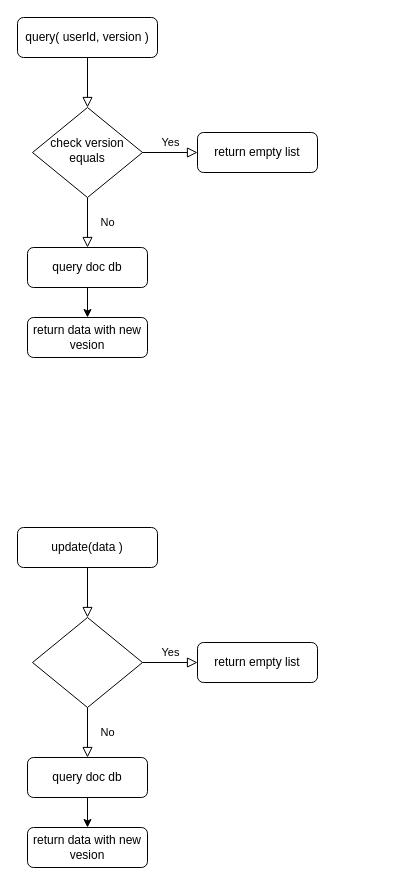
Earlier version of the draw.io diagram 未命名绘图.drawio (Hia-Hia/A-note). Source tidied: cells renumbered, new cells numbered last; positions are measured from the earlier drawing's top-left corner, leaving out a move shared by most shapes. Both pictures are drawn from the tidied source at 100%, with x=0, y=0 at pixel (17, 17).
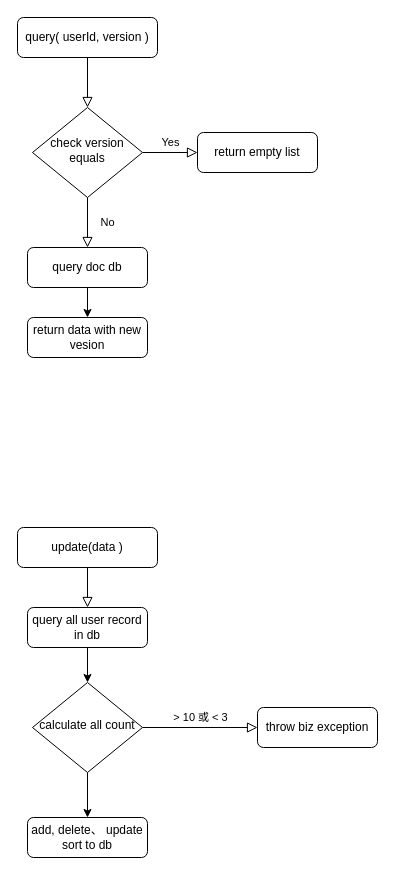
Above is the later version.

Commit message (it also covers changes not shown here):
更新未命名绘图.drawio

Change to the diagram source:
```diff
@@
 <mxGraphModel>
   <root>
     <mxCell id="0" />
     <mxCell id="1" parent="0" />
     <mxCell id="2" style="rounded=0;html=1;jettySize=auto;fontSize=11;endArrow=block;endFill=0;endSize=8;strokeWidth=1;shadow=0;labelBackgroundColor=none;edgeStyle=orthogonalEdgeStyle;" parent="1" edge="1" source="3" target="6">
       <mxGeometry relative="1" as="geometry" />
     </mxCell>
     <mxCell id="3" value="query( userId, version )" style="rounded=1;whiteSpace=wrap;html=1;fontSize=12;glass=0;strokeWidth=1;shadow=0;" parent="1" vertex="1">
       <mxGeometry width="140" height="40" as="geometry" />
     </mxCell>
     <mxCell id="4" value="No" style="rounded=0;html=1;jettySize=auto;fontSize=11;endArrow=block;endFill=0;endSize=8;strokeWidth=1;shadow=0;labelBackgroundColor=none;edgeStyle=orthogonalEdgeStyle;entryX=0.5;entryY=0;entryDx=0;entryDy=0;" parent="1" edge="1" source="6" target="9">
       <mxGeometry y="20" relative="1" as="geometry" />
     </mxCell>
     <mxCell id="5" value="Yes" style="edgeStyle=orthogonalEdgeStyle;rounded=0;html=1;jettySize=auto;fontSize=11;endArrow=block;endFill=0;endSize=8;strokeWidth=1;shadow=0;labelBackgroundColor=none;" parent="1" edge="1" source="6" target="7">
       <mxGeometry y="10" relative="1" as="geometry" />
     </mxCell>
     <mxCell id="6" value="check version equals" style="rhombus;whiteSpace=wrap;html=1;shadow=0;fontFamily=Helvetica;fontSize=12;align=center;strokeWidth=1;spacing=6;spacingTop=-4;" parent="1" vertex="1">
       <mxGeometry x="15" y="90" width="110" height="90" as="geometry" />
     </mxCell>
     <mxCell id="7" value="return empty list" style="rounded=1;whiteSpace=wrap;html=1;fontSize=12;glass=0;strokeWidth=1;shadow=0;" parent="1" vertex="1">
       <mxGeometry x="180" y="115" width="120" height="40" as="geometry" />
     </mxCell>
     <mxCell id="8" style="edgeStyle=orthogonalEdgeStyle;rounded=0;jettySize=auto;html=1;" parent="1" edge="1" source="9" target="10">
       <mxGeometry relative="1" as="geometry" />
     </mxCell>
     <mxCell id="9" value="query doc db" style="rounded=1;whiteSpace=wrap;html=1;fontSize=12;glass=0;strokeWidth=1;shadow=0;" parent="1" vertex="1">
       <mxGeometry x="10" y="230" width="120" height="40" as="geometry" />
     </mxCell>
     <mxCell id="10" value="return data with new vesion" style="rounded=1;whiteSpace=wrap;html=1;fontSize=12;glass=0;strokeWidth=1;shadow=0;" parent="1" vertex="1">
       <mxGeometry x="10" y="300" width="120" height="40" as="geometry" />
     </mxCell>
-    <mxCell id="11" style="rounded=0;html=1;jettySize=auto;fontSize=11;endArrow=block;endFill=0;endSize=8;strokeWidth=1;shadow=0;labelBackgroundColor=none;edgeStyle=orthogonalEdgeStyle;" parent="1" edge="1" source="12" target="15">
+    <mxCell id="11" style="rounded=0;html=1;jettySize=auto;fontSize=11;endArrow=block;endFill=0;endSize=8;strokeWidth=1;shadow=0;labelBackgroundColor=none;edgeStyle=orthogonalEdgeStyle;entryX=0.5;entryY=0;entryDx=0;entryDy=0;" parent="1" edge="1" source="12" target="18">
       <mxGeometry relative="1" as="geometry" />
     </mxCell>
     <mxCell id="12" value="update(data )" style="rounded=1;whiteSpace=wrap;html=1;fontSize=12;glass=0;strokeWidth=1;shadow=0;" parent="1" vertex="1">
       <mxGeometry y="510" width="140" height="40" as="geometry" />
     </mxCell>
-    <mxCell id="13" value="No" style="rounded=0;html=1;jettySize=auto;fontSize=11;endArrow=block;endFill=0;endSize=8;strokeWidth=1;shadow=0;labelBackgroundColor=none;edgeStyle=orthogonalEdgeStyle;entryX=0.5;entryY=0;entryDx=0;entryDy=0;" parent="1" edge="1" source="15" target="18">
-      <mxGeometry y="20" relative="1" as="geometry" />
-    </mxCell>
-    <mxCell id="14" value="Yes" style="edgeStyle=orthogonalEdgeStyle;rounded=0;html=1;jettySize=auto;fontSize=11;endArrow=block;endFill=0;endSize=8;strokeWidth=1;shadow=0;labelBackgroundColor=none;" parent="1" edge="1" source="15" target="16">
+    <mxCell id="14" value="&amp;gt; 10 或 &amp;lt; 3" style="edgeStyle=orthogonalEdgeStyle;rounded=0;html=1;jettySize=auto;fontSize=11;endArrow=block;endFill=0;endSize=8;strokeWidth=1;shadow=0;labelBackgroundColor=none;" parent="1" edge="1" source="15" target="16">
       <mxGeometry y="10" relative="1" as="geometry" />
     </mxCell>
-    <mxCell id="15" style="rhombus;whiteSpace=wrap;html=1;shadow=0;fontFamily=Helvetica;fontSize=12;align=center;strokeWidth=1;spacing=6;spacingTop=-4;" parent="1" vertex="1">
-      <mxGeometry x="15" y="600" width="110" height="90" as="geometry" />
+    <mxCell id="15" value="calculate all count" style="rhombus;whiteSpace=wrap;html=1;shadow=0;fontFamily=Helvetica;fontSize=12;align=center;strokeWidth=1;spacing=6;spacingTop=-4;" parent="1" vertex="1">
+      <mxGeometry x="15" y="665" width="110" height="90" as="geometry" />
     </mxCell>
-    <mxCell id="16" value="return empty list" style="rounded=1;whiteSpace=wrap;html=1;fontSize=12;glass=0;strokeWidth=1;shadow=0;" parent="1" vertex="1">
-      <mxGeometry x="180" y="625" width="120" height="40" as="geometry" />
+    <mxCell id="16" value="throw biz exception" style="rounded=1;whiteSpace=wrap;html=1;fontSize=12;glass=0;strokeWidth=1;shadow=0;" parent="1" vertex="1">
+      <mxGeometry x="240" y="690" width="120" height="40" as="geometry" />
     </mxCell>
-    <mxCell id="17" style="edgeStyle=orthogonalEdgeStyle;rounded=0;jettySize=auto;html=1;" parent="1" edge="1" source="18" target="19">
+    <mxCell id="17" style="edgeStyle=orthogonalEdgeStyle;rounded=0;jettySize=auto;html=1;exitX=0.5;exitY=1;exitDx=0;exitDy=0;" parent="1" edge="1" source="15" target="19">
       <mxGeometry relative="1" as="geometry" />
     </mxCell>
+    <mxCell id="20" style="edgeStyle=orthogonalEdgeStyle;rounded=0;jettySize=auto;html=1;" parent="1" edge="1" source="18" target="15">
+      <mxGeometry relative="1" as="geometry" />
+    </mxCell>
-    <mxCell id="18" value="query doc db" style="rounded=1;whiteSpace=wrap;html=1;fontSize=12;glass=0;strokeWidth=1;shadow=0;" parent="1" vertex="1">
-      <mxGeometry x="10" y="740" width="120" height="40" as="geometry" />
+    <mxCell id="18" value="query all user record in db" style="rounded=1;whiteSpace=wrap;html=1;fontSize=12;glass=0;strokeWidth=1;shadow=0;" parent="1" vertex="1">
+      <mxGeometry x="10" y="590" width="120" height="40" as="geometry" />
     </mxCell>
-    <mxCell id="19" value="return data with new vesion" style="rounded=1;whiteSpace=wrap;html=1;fontSize=12;glass=0;strokeWidth=1;shadow=0;" parent="1" vertex="1">
-      <mxGeometry x="10" y="810" width="120" height="40" as="geometry" />
+    <mxCell id="19" value="add, delete、 update sort to db" style="rounded=1;whiteSpace=wrap;html=1;fontSize=12;glass=0;strokeWidth=1;shadow=0;" parent="1" vertex="1">
+      <mxGeometry x="10" y="800" width="120" height="40" as="geometry" />
     </mxCell>
   </root>
 </mxGraphModel>
```
